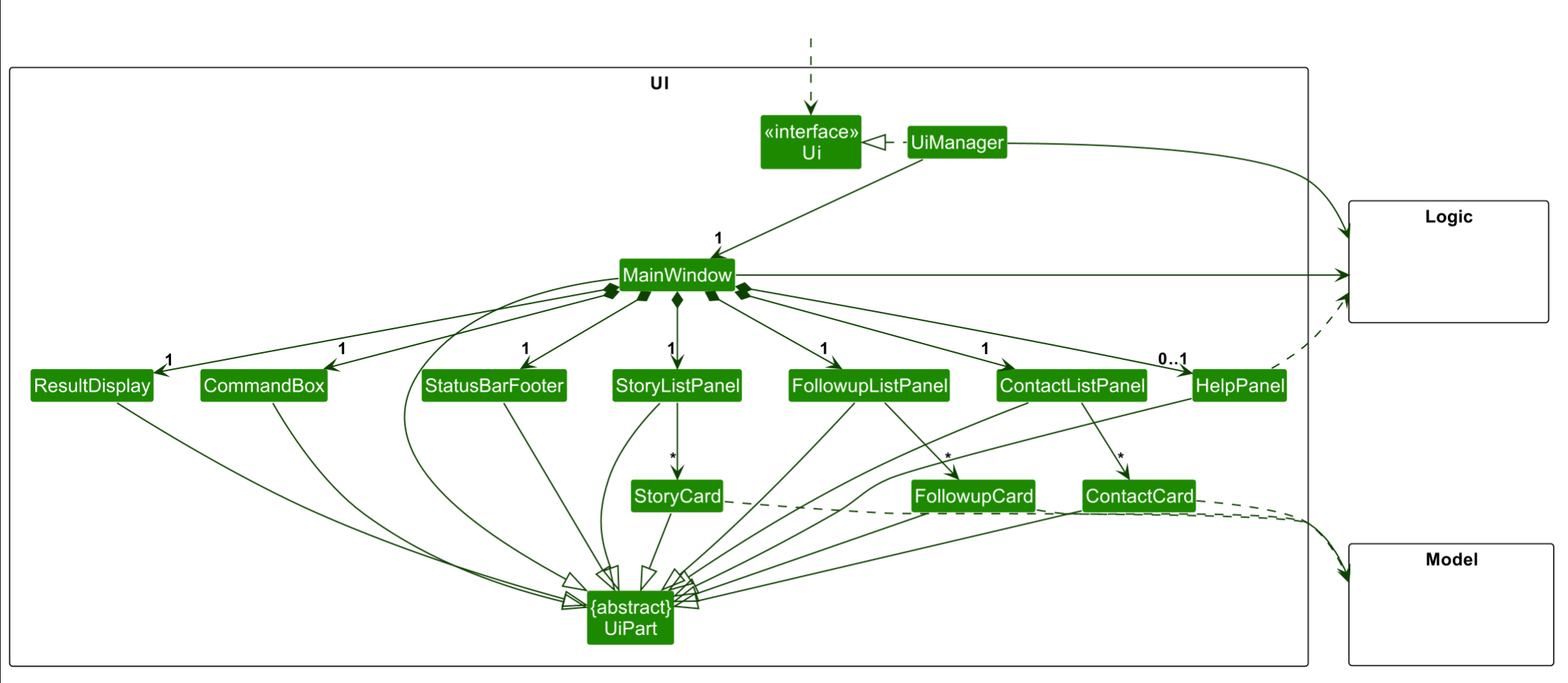
This is docs/images/UiClassDiagram.png from AY2627S1-CS2103T-T13-3/tp, a PlantUML export, as it was before one commit. Its source is kept beside it as docs/diagrams/UiClassDiagram.puml.
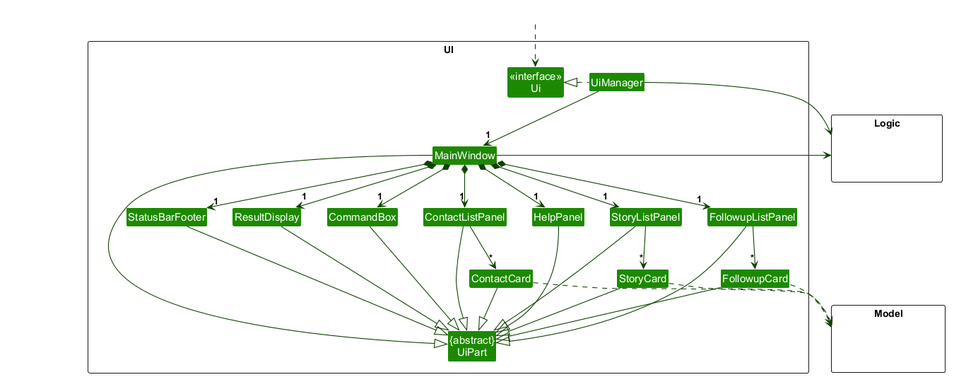
The same diagram one commit later.

The edit, as a diff of the source:
```diff
@@ -40,7 +40,7 @@
 MainWindow *-down-> "1" StoryListPanel
 MainWindow *-down-> "1" FollowupListPanel
 MainWindow *-down-> "1" StatusBarFooter
-MainWindow *-down-> "0..1" HelpPanel
+MainWindow *-down-> "1" HelpPanel
 
 ContactListPanel -down-> "*" ContactCard
 StoryListPanel -down-> "*" StoryCard
```
